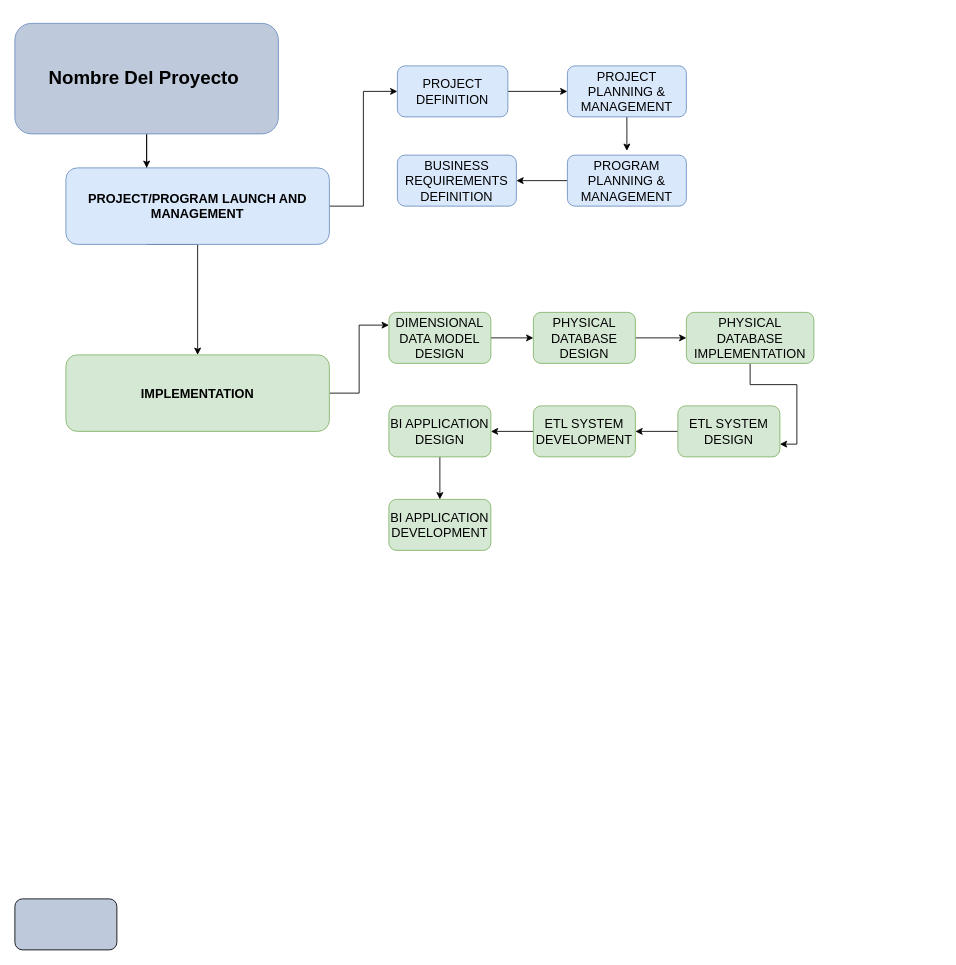
Earlier version of the draw.io diagram Untitled Diagram.drawio (angelmapmaker/Clase2). Source tidied: cells renumbered, new cells numbered last; positions are measured from the earlier drawing's top-left corner, leaving out a move shared by most shapes. Both pictures are drawn from the tidied source at 85%, with x=0, y=0 at pixel (14, 23).
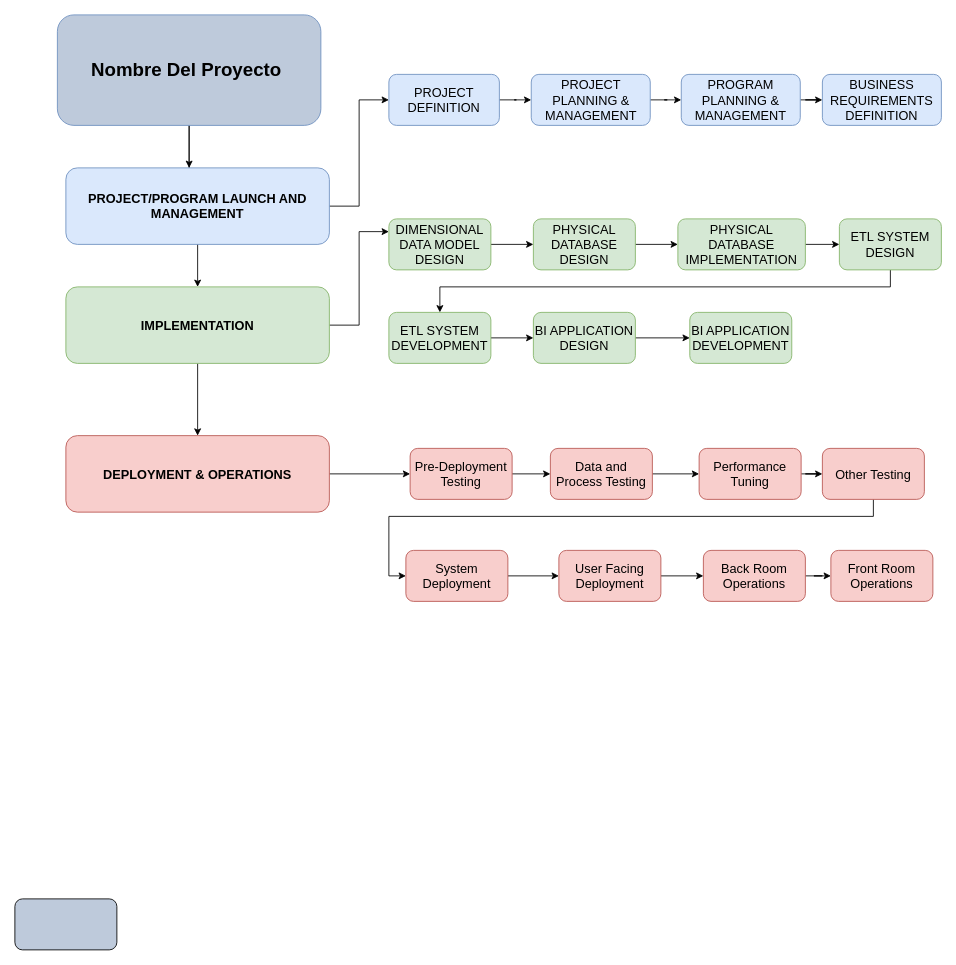
The same diagram, later.

Diff of the diagram source:
```diff
@@
     <mxCell id="4" value="&lt;font style=&quot;font-size: 22px&quot;&gt;&lt;b&gt;Nombre Del Proyecto&amp;nbsp;&lt;/b&gt;&lt;/font&gt;" style="rounded=1;whiteSpace=wrap;html=1;fillColor=#BECADB;strokeColor=#6c8ebf;" parent="1" vertex="1">
-      <mxGeometry width="310" height="130" as="geometry" />
+      <mxGeometry x="50" y="-10" width="310" height="130" as="geometry" />
     </mxCell>
@@
     <mxCell id="8" value="PROJECT DEFINITION" style="rounded=1;whiteSpace=wrap;html=1;fontSize=15;fillColor=#dae8fc;strokeColor=#6c8ebf;" parent="1" vertex="1">
-      <mxGeometry x="450" y="50" width="130" height="60" as="geometry" />
+      <mxGeometry x="440" y="60" width="130" height="60" as="geometry" />
     </mxCell>
-    <mxCell id="9" style="edgeStyle=orthogonalEdgeStyle;rounded=0;jettySize=auto;html=1;fontSize=15;" parent="1" edge="1" source="10">
-      <mxGeometry relative="1" as="geometry">
-        <mxPoint x="720" y="150" as="targetPoint" />
-      </mxGeometry>
-    </mxCell>
+    <mxCell id="30" style="edgeStyle=orthogonalEdgeStyle;rounded=0;jettySize=auto;html=1;" parent="1" edge="1" source="10" target="12">
+      <mxGeometry relative="1" as="geometry" />
+    </mxCell>
     <mxCell id="10" value="PROJECT PLANNING &amp;amp; MANAGEMENT" style="rounded=1;whiteSpace=wrap;html=1;fontSize=15;fillColor=#dae8fc;strokeColor=#6c8ebf;" parent="1" vertex="1">
-      <mxGeometry x="650" y="50" width="140" height="60" as="geometry" />
+      <mxGeometry x="607.5" y="60" width="140" height="60" as="geometry" />
     </mxCell>
@@
     <mxCell id="12" value="PROGRAM PLANNING &amp;amp; MANAGEMENT" style="rounded=1;whiteSpace=wrap;html=1;fontSize=15;fillColor=#dae8fc;strokeColor=#6c8ebf;" parent="1" vertex="1">
-      <mxGeometry x="650" y="155" width="140" height="60" as="geometry" />
+      <mxGeometry x="784" y="60" width="140" height="60" as="geometry" />
     </mxCell>
     <mxCell id="13" value="BUSINESS REQUIREMENTS DEFINITION" style="rounded=1;whiteSpace=wrap;html=1;fontSize=15;fillColor=#dae8fc;strokeColor=#6c8ebf;" parent="1" vertex="1">
-      <mxGeometry x="450" y="155" width="140" height="60" as="geometry" />
+      <mxGeometry x="950" y="60" width="140" height="60" as="geometry" />
     </mxCell>
@@
+    <mxCell id="31" style="edgeStyle=orthogonalEdgeStyle;rounded=0;jettySize=auto;html=1;" parent="1" edge="1" source="15" target="33">
+      <mxGeometry relative="1" as="geometry" />
+    </mxCell>
     <mxCell id="15" value="IMPLEMENTATION" style="rounded=1;whiteSpace=wrap;html=1;fontSize=15;fillColor=#d5e8d4;strokeColor=#82b366;fontStyle=1;" parent="1" vertex="1">
-      <mxGeometry x="60" y="390" width="310" height="90" as="geometry" />
+      <mxGeometry x="60" y="310" width="310" height="90" as="geometry" />
     </mxCell>
+    <mxCell id="32" style="edgeStyle=orthogonalEdgeStyle;rounded=0;jettySize=auto;html=1;entryX=0;entryY=0.5;entryDx=0;entryDy=0;" parent="1" edge="1" source="33" target="35">
+      <mxGeometry relative="1" as="geometry" />
+    </mxCell>
+    <mxCell id="33" value="DEPLOYMENT &amp;amp; OPERATIONS" style="rounded=1;whiteSpace=wrap;html=1;fontSize=15;fillColor=#f8cecc;strokeColor=#b85450;fontStyle=1;" parent="1" vertex="1">
+      <mxGeometry x="60" y="485" width="310" height="90" as="geometry" />
+    </mxCell>
@@
     <mxCell id="17" value="DIMENSIONAL DATA MODEL DESIGN" style="rounded=1;whiteSpace=wrap;html=1;fillColor=#d5e8d4;fontSize=15;strokeColor=#82b366;" parent="1" vertex="1">
-      <mxGeometry x="440" y="340" width="120" height="60" as="geometry" />
+      <mxGeometry x="440" y="230" width="120" height="60" as="geometry" />
     </mxCell>
@@
     <mxCell id="19" value="PHYSICAL DATABASE DESIGN" style="rounded=1;whiteSpace=wrap;html=1;fillColor=#d5e8d4;fontSize=15;strokeColor=#82b366;" parent="1" vertex="1">
-      <mxGeometry x="610" y="340" width="120" height="60" as="geometry" />
+      <mxGeometry x="610" y="230" width="120" height="60" as="geometry" />
     </mxCell>
-    <mxCell id="20" style="edgeStyle=orthogonalEdgeStyle;rounded=0;jettySize=auto;html=1;entryX=1;entryY=0.75;entryDx=0;entryDy=0;fontSize=15;" parent="1" edge="1" source="21" target="23">
+    <mxCell id="20" style="edgeStyle=orthogonalEdgeStyle;rounded=0;jettySize=auto;html=1;" parent="1" edge="1" source="21" target="23">
       <mxGeometry relative="1" as="geometry" />
     </mxCell>
     <mxCell id="21" value="PHYSICAL DATABASE IMPLEMENTATION" style="rounded=1;whiteSpace=wrap;html=1;fillColor=#d5e8d4;fontSize=15;strokeColor=#82b366;" parent="1" vertex="1">
-      <mxGeometry x="790" y="340" width="150" height="60" as="geometry" />
+      <mxGeometry x="780" y="230" width="150" height="60" as="geometry" />
     </mxCell>
-    <mxCell id="22" style="edgeStyle=orthogonalEdgeStyle;rounded=0;jettySize=auto;html=1;fontSize=15;" parent="1" edge="1" source="23" target="25">
-      <mxGeometry relative="1" as="geometry" />
+    <mxCell id="22" style="edgeStyle=orthogonalEdgeStyle;rounded=0;jettySize=auto;html=1;" parent="1" edge="1" source="23" target="25">
+      <mxGeometry relative="1" as="geometry">
+        <Array as="points">
+          <mxPoint x="1030" y="310" />
+          <mxPoint x="500" y="310" />
+        </Array>
+      </mxGeometry>
     </mxCell>
     <mxCell id="23" value="ETL SYSTEM DESIGN" style="rounded=1;whiteSpace=wrap;html=1;fillColor=#d5e8d4;fontSize=15;strokeColor=#82b366;" parent="1" vertex="1">
-      <mxGeometry x="780" y="450" width="120" height="60" as="geometry" />
+      <mxGeometry x="970" y="230" width="120" height="60" as="geometry" />
     </mxCell>
@@
     <mxCell id="25" value="ETL SYSTEM DEVELOPMENT" style="rounded=1;whiteSpace=wrap;html=1;fillColor=#d5e8d4;fontSize=15;strokeColor=#82b366;" parent="1" vertex="1">
-      <mxGeometry x="610" y="450" width="120" height="60" as="geometry" />
+      <mxGeometry x="440" y="340" width="120" height="60" as="geometry" />
     </mxCell>
-    <mxCell id="26" style="edgeStyle=orthogonalEdgeStyle;rounded=0;jettySize=auto;html=1;entryX=0.5;entryY=0;entryDx=0;entryDy=0;fontSize=15;" parent="1" edge="1" source="27" target="28">
+    <mxCell id="26" style="edgeStyle=orthogonalEdgeStyle;rounded=0;jettySize=auto;html=1;entryX=0;entryY=0.5;entryDx=0;entryDy=0;" parent="1" edge="1" source="27" target="28">
       <mxGeometry relative="1" as="geometry" />
     </mxCell>
     <mxCell id="27" value="BI APPLICATION DESIGN" style="rounded=1;whiteSpace=wrap;html=1;fillColor=#d5e8d4;fontSize=15;strokeColor=#82b366;" parent="1" vertex="1">
-      <mxGeometry x="440" y="450" width="120" height="60" as="geometry" />
+      <mxGeometry x="610" y="340" width="120" height="60" as="geometry" />
     </mxCell>
     <mxCell id="28" value="BI APPLICATION DEVELOPMENT" style="rounded=1;whiteSpace=wrap;html=1;fillColor=#d5e8d4;fontSize=15;strokeColor=#82b366;" parent="1" vertex="1">
-      <mxGeometry x="440" y="560" width="120" height="60" as="geometry" />
+      <mxGeometry x="794" y="340" width="120" height="60" as="geometry" />
     </mxCell>
@@
+    <mxCell id="34" style="edgeStyle=orthogonalEdgeStyle;rounded=0;jettySize=auto;html=1;" parent="1" edge="1" source="35" target="37">
+      <mxGeometry relative="1" as="geometry" />
+    </mxCell>
+    <mxCell id="35" value="Pre-Deployment Testing" style="rounded=1;whiteSpace=wrap;html=1;fillColor=#f8cecc;fontSize=15;strokeColor=#b85450;" parent="1" vertex="1">
+      <mxGeometry x="465" y="500" width="120" height="60" as="geometry" />
+    </mxCell>
+    <mxCell id="36" style="edgeStyle=orthogonalEdgeStyle;rounded=0;jettySize=auto;html=1;" parent="1" edge="1" source="37" target="39">
+      <mxGeometry relative="1" as="geometry" />
+    </mxCell>
+    <mxCell id="37" value="Data and Process Testing" style="rounded=1;whiteSpace=wrap;html=1;fillColor=#f8cecc;fontSize=15;strokeColor=#b85450;" parent="1" vertex="1">
+      <mxGeometry x="630" y="500" width="120" height="60" as="geometry" />
+    </mxCell>
+    <mxCell id="38" style="edgeStyle=orthogonalEdgeStyle;rounded=0;jettySize=auto;html=1;entryX=0;entryY=0.5;entryDx=0;entryDy=0;" parent="1" edge="1" source="39" target="41">
+      <mxGeometry relative="1" as="geometry" />
+    </mxCell>
+    <mxCell id="39" value="Performance Tuning" style="rounded=1;whiteSpace=wrap;html=1;fillColor=#f8cecc;fontSize=15;strokeColor=#b85450;" parent="1" vertex="1">
+      <mxGeometry x="805" y="500" width="120" height="60" as="geometry" />
+    </mxCell>
+    <mxCell id="40" style="edgeStyle=orthogonalEdgeStyle;rounded=0;jettySize=auto;html=1;entryX=0;entryY=0.5;entryDx=0;entryDy=0;" parent="1" edge="1" source="41" target="43">
+      <mxGeometry relative="1" as="geometry">
+        <Array as="points">
+          <mxPoint x="1010" y="580" />
+          <mxPoint x="440" y="580" />
+          <mxPoint x="440" y="650" />
+        </Array>
+      </mxGeometry>
+    </mxCell>
+    <mxCell id="41" value="Other Testing" style="rounded=1;whiteSpace=wrap;html=1;fillColor=#f8cecc;fontSize=15;strokeColor=#b85450;" parent="1" vertex="1">
+      <mxGeometry x="950" y="500" width="120" height="60" as="geometry" />
+    </mxCell>
+    <mxCell id="42" style="edgeStyle=orthogonalEdgeStyle;rounded=0;jettySize=auto;html=1;" parent="1" edge="1" source="43" target="45">
+      <mxGeometry relative="1" as="geometry" />
+    </mxCell>
+    <mxCell id="43" value="System Deployment" style="rounded=1;whiteSpace=wrap;html=1;fillColor=#f8cecc;fontSize=15;strokeColor=#b85450;" parent="1" vertex="1">
+      <mxGeometry x="460" y="620" width="120" height="60" as="geometry" />
+    </mxCell>
+    <mxCell id="44" style="edgeStyle=orthogonalEdgeStyle;rounded=0;jettySize=auto;html=1;" parent="1" edge="1" source="45" target="47">
+      <mxGeometry relative="1" as="geometry" />
+    </mxCell>
+    <mxCell id="45" value="User Facing Deployment" style="rounded=1;whiteSpace=wrap;html=1;fillColor=#f8cecc;fontSize=15;strokeColor=#b85450;" parent="1" vertex="1">
+      <mxGeometry x="640" y="620" width="120" height="60" as="geometry" />
+    </mxCell>
+    <mxCell id="46" style="edgeStyle=orthogonalEdgeStyle;rounded=0;jettySize=auto;html=1;" parent="1" edge="1" source="47" target="48">
+      <mxGeometry relative="1" as="geometry" />
+    </mxCell>
+    <mxCell id="47" value="Back Room Operations" style="rounded=1;whiteSpace=wrap;html=1;fillColor=#f8cecc;fontSize=15;strokeColor=#b85450;" parent="1" vertex="1">
+      <mxGeometry x="810" y="620" width="120" height="60" as="geometry" />
+    </mxCell>
+    <mxCell id="48" value="Front Room Operations" style="rounded=1;whiteSpace=wrap;html=1;fillColor=#f8cecc;fontSize=15;strokeColor=#b85450;" parent="1" vertex="1">
+      <mxGeometry x="960" y="620" width="120" height="60" as="geometry" />
+    </mxCell>
```
